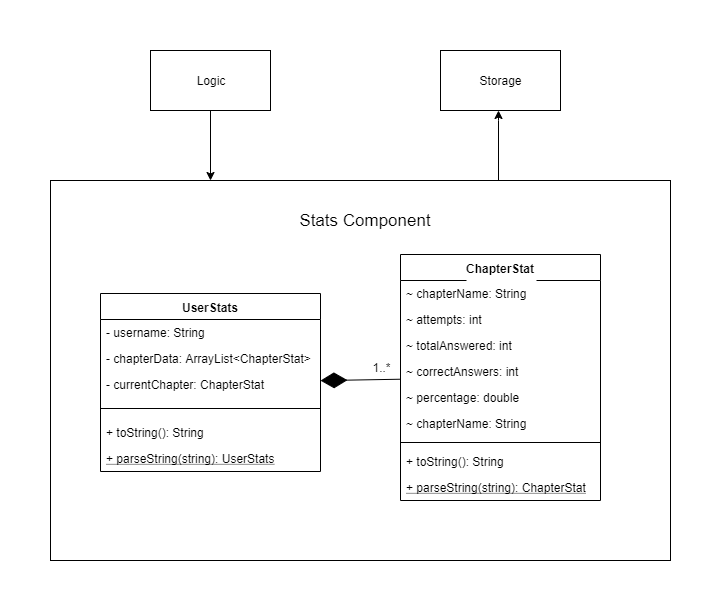
nusCS2113-AY1920S1/PersonalAssistant-Duke keeps this draw.io diagram as docs/images/StatsClassDiagram.png. Above is the earlier version. Source tidied: cells renumbered, new cells last; positions are measured from the earlier drawing's top-left corner, leaving out a move shared by most shapes.
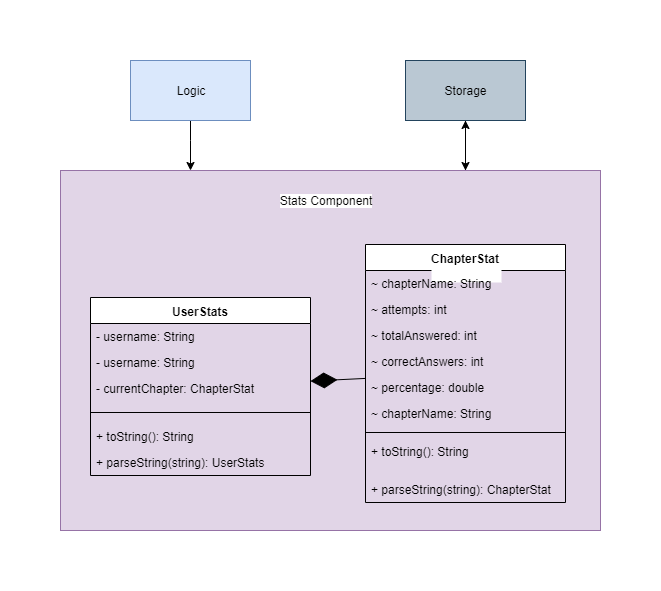
After the commit.

Change to the diagram source:
```diff
@@ -2,18 +2,21 @@
   <root>
     <mxCell id="0" />
     <mxCell id="1" parent="0" />
+    <mxCell id="27" style="edgeStyle=orthogonalEdgeStyle;rounded=0;jettySize=auto;html=1;exitX=0.75;exitY=0;exitDx=0;exitDy=0;entryX=0.5;entryY=1;entryDx=0;entryDy=0;" parent="1" edge="1" source="2" target="25">
+      <mxGeometry relative="1" as="geometry" />
+    </mxCell>
-    <mxCell id="2" style="rounded=0;whiteSpace=wrap;html=1;labelBackgroundColor=#ffffff;fillColor=none;" parent="1" vertex="1">
-      <mxGeometry y="130" width="620" height="380" as="geometry" />
+    <mxCell id="2" style="rounded=0;whiteSpace=wrap;html=1;labelBackgroundColor=#ffffff;fillColor=#e1d5e7;strokeColor=#9673a6;" parent="1" vertex="1">
+      <mxGeometry x="60" y="150" width="540" height="360" as="geometry" />
     </mxCell>
     <mxCell id="3" value="UserStats" style="swimlane;fontStyle=1;align=center;verticalAlign=top;horizontal=1;startSize=26;labelBackgroundColor=#ffffff;fillColor=#FFFFFF;" parent="1" vertex="1">
-      <mxGeometry x="50" y="243" width="220" height="178" as="geometry" />
+      <mxGeometry x="90" y="277" width="220" height="178" as="geometry" />
     </mxCell>
     <mxCell id="4" value="- username: String&#10;" style="text;strokeColor=none;fillColor=none;align=left;verticalAlign=top;spacingLeft=4;spacingRight=4;overflow=hidden;" parent="3" vertex="1">
       <mxGeometry y="26" width="220" height="26" as="geometry" />
     </mxCell>
-    <mxCell id="5" value="- chapterData: ArrayList&lt;ChapterStat&gt;" style="text;strokeColor=none;fillColor=none;align=left;verticalAlign=top;spacingLeft=4;spacingRight=4;overflow=hidden;" parent="3" vertex="1">
-      <mxGeometry y="52" width="220" height="26" as="geometry" />
-    </mxCell>
+    <mxCell id="28" value="- username: String&#10;" style="text;strokeColor=none;fillColor=none;align=left;verticalAlign=top;spacingLeft=4;spacingRight=4;overflow=hidden;" parent="3" vertex="1">
+      <mxGeometry y="52" width="220" height="26" as="geometry" />
+    </mxCell>
     <mxCell id="6" value="- currentChapter: ChapterStat" style="text;strokeColor=none;fillColor=none;align=left;verticalAlign=top;spacingLeft=4;spacingRight=4;overflow=hidden;" parent="3" vertex="1">
       <mxGeometry y="78" width="220" height="26" as="geometry" />
     </mxCell>
@@ -23,14 +26,14 @@
     <mxCell id="8" value="+ toString(): String" style="text;strokeColor=none;fillColor=none;align=left;verticalAlign=top;spacingLeft=4;spacingRight=4;overflow=hidden;" parent="3" vertex="1">
       <mxGeometry y="126" width="220" height="26" as="geometry" />
     </mxCell>
-    <mxCell id="9" value="+ parseString(string): UserStats" style="text;strokeColor=none;fillColor=none;align=left;verticalAlign=top;spacingLeft=4;spacingRight=4;overflow=hidden;fontStyle=4;" parent="3" vertex="1">
+    <mxCell id="9" value="+ parseString(string): UserStats" style="text;strokeColor=none;fillColor=none;align=left;verticalAlign=top;spacingLeft=4;spacingRight=4;overflow=hidden;fontStyle=0;" parent="3" vertex="1">
       <mxGeometry y="152" width="220" height="26" as="geometry" />
     </mxCell>
-    <mxCell id="10" value="Stats Component&lt;br style=&quot;font-size: 17px;&quot;&gt;" style="text;html=1;strokeColor=none;fillColor=none;align=center;verticalAlign=middle;whiteSpace=wrap;rounded=0;labelBackgroundColor=#ffffff;fontSize=17;" parent="1" vertex="1">
-      <mxGeometry x="240" y="160" width="150" height="20" as="geometry" />
+    <mxCell id="10" value="Stats Component&lt;br&gt;" style="text;html=1;strokeColor=none;fillColor=none;align=center;verticalAlign=middle;whiteSpace=wrap;rounded=0;labelBackgroundColor=#ffffff;" parent="1" vertex="1">
+      <mxGeometry x="250" y="170" width="150" height="20" as="geometry" />
     </mxCell>
     <mxCell id="11" value="ChapterStat&#10;&#10;" style="swimlane;fontStyle=1;align=center;verticalAlign=top;horizontal=1;startSize=26;labelBackgroundColor=#ffffff;fillColor=#FFFFFF;" parent="1" vertex="1">
-      <mxGeometry x="350" y="204" width="200" height="246" as="geometry" />
+      <mxGeometry x="365" y="224" width="200" height="258" as="geometry" />
     </mxCell>
     <mxCell id="12" value="~ chapterName: String" style="text;strokeColor=none;fillColor=none;align=left;verticalAlign=top;spacingLeft=4;spacingRight=4;overflow=hidden;" parent="11" vertex="1">
       <mxGeometry y="26" width="200" height="26" as="geometry" />
@@ -54,36 +57,32 @@
       <mxGeometry y="182" width="200" height="12" as="geometry" />
     </mxCell>
     <mxCell id="19" value="+ toString(): String" style="text;strokeColor=none;fillColor=none;align=left;verticalAlign=top;spacingLeft=4;spacingRight=4;overflow=hidden;" parent="11" vertex="1">
-      <mxGeometry y="194" width="200" height="26" as="geometry" />
+      <mxGeometry y="194" width="200" height="38" as="geometry" />
     </mxCell>
-    <mxCell id="20" value="+ parseString(string): ChapterStat" style="text;strokeColor=none;fillColor=none;align=left;verticalAlign=top;spacingLeft=4;spacingRight=4;overflow=hidden;fontStyle=4;" parent="11" vertex="1">
-      <mxGeometry y="220" width="200" height="26" as="geometry" />
+    <mxCell id="20" value="+ parseString(string): ChapterStat" style="text;strokeColor=none;fillColor=none;align=left;verticalAlign=top;spacingLeft=4;spacingRight=4;overflow=hidden;fontStyle=0;" parent="11" vertex="1">
+      <mxGeometry y="232" width="200" height="26" as="geometry" />
     </mxCell>
     <mxCell id="21" style="endArrow=diamondThin;endFill=1;endSize=24;html=1;" parent="1" edge="1" source="11" target="3">
       <mxGeometry relative="1" as="geometry" />
     </mxCell>
-    <mxCell id="22" value="1..*" style="text;html=1;strokeColor=none;fillColor=none;align=center;verticalAlign=middle;whiteSpace=wrap;rounded=0;" parent="1" vertex="1">
-      <mxGeometry x="310" y="307" width="40" height="20" as="geometry" />
-    </mxCell>
-    <mxCell id="23" style="edgeStyle=orthogonalEdgeStyle;rounded=0;jettySize=auto;html=1;" parent="1" edge="1" source="24">
-      <mxGeometry relative="1" as="geometry">
-        <mxPoint x="160" y="130" as="targetPoint" />
-      </mxGeometry>
-    </mxCell>
+    <mxCell id="29" style="edgeStyle=orthogonalEdgeStyle;rounded=0;jettySize=auto;html=1;exitX=0.5;exitY=1;exitDx=0;exitDy=0;" parent="1" edge="1" source="24">
+      <mxGeometry relative="1" as="geometry">
+        <mxPoint x="190" y="150" as="targetPoint" />
+        <Array as="points">
+          <mxPoint x="190" y="90" />
+          <mxPoint x="190" y="120" />
+          <mxPoint x="195" y="120" />
+        </Array>
+      </mxGeometry>
+    </mxCell>
-    <mxCell id="24" value="Logic" style="rounded=0;whiteSpace=wrap;html=1;" parent="1" vertex="1">
-      <mxGeometry x="100" width="120" height="60" as="geometry" />
+    <mxCell id="24" value="Logic" style="rounded=0;whiteSpace=wrap;html=1;fillColor=#dae8fc;strokeColor=#6c8ebf;" parent="1" vertex="1">
+      <mxGeometry x="130" y="40" width="120" height="60" as="geometry" />
     </mxCell>
+    <mxCell id="30" style="edgeStyle=orthogonalEdgeStyle;rounded=0;jettySize=auto;html=1;exitX=0.5;exitY=1;exitDx=0;exitDy=0;entryX=0.75;entryY=0;entryDx=0;entryDy=0;" parent="1" edge="1" source="25" target="2">
+      <mxGeometry relative="1" as="geometry" />
+    </mxCell>
-    <mxCell id="25" value="Storage" style="rounded=0;whiteSpace=wrap;html=1;" parent="1" vertex="1">
-      <mxGeometry x="390" width="120" height="60" as="geometry" />
+    <mxCell id="25" value="Storage" style="rounded=0;whiteSpace=wrap;html=1;fillColor=#bac8d3;strokeColor=#23445d;" parent="1" vertex="1">
+      <mxGeometry x="405" y="40" width="120" height="60" as="geometry" />
     </mxCell>
-    <mxCell id="26" style="endArrow=classic;html=1;" parent="1" edge="1">
-      <mxGeometry relative="1" as="geometry">
-        <mxPoint x="448" y="130" as="sourcePoint" />
-        <mxPoint x="448" y="60" as="targetPoint" />
-        <Array as="points">
-          <mxPoint x="448" y="60" />
-        </Array>
-      </mxGeometry>
-    </mxCell>
   </root>
 </mxGraphModel>
```
